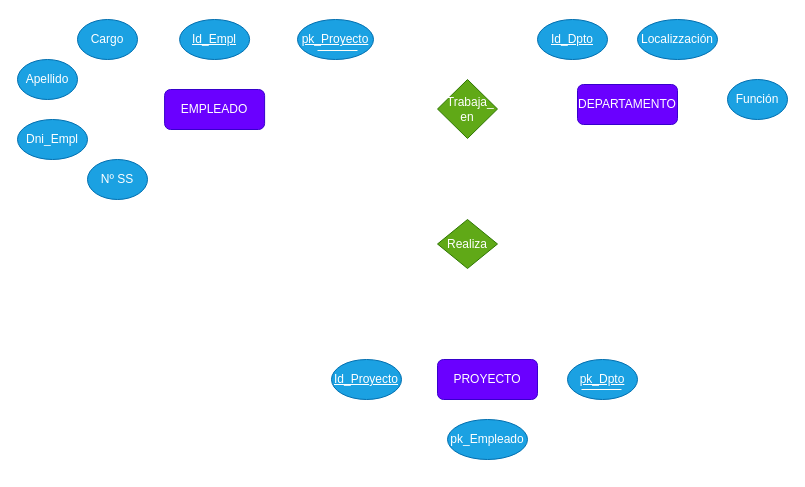
eresto/misrepositorios keeps this draw.io diagram as EmpleadoDiagram.drawio. Above is the earlier version. Source tidied: cells renumbered, new cells numbered last; positions are measured from the earlier drawing's top-left corner, leaving out a move shared by most shapes. Both pictures are drawn from the tidied source at 100%, with x=0, y=0 at pixel (17, 19).
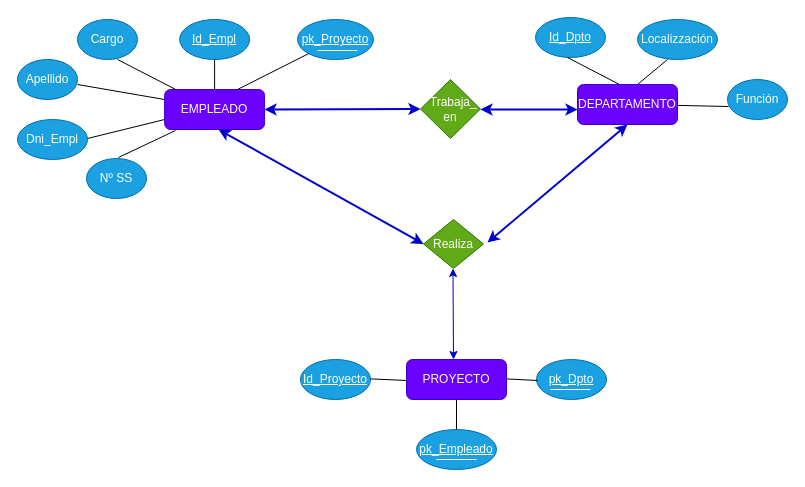
The same diagram, later.

The change refers to these unchanged cells:
```xml
<mxCell id="2" value="EMPLEADO" style="rounded=1;whiteSpace=wrap;html=1;fillColor=#6a00ff;strokeColor=#3700CC;fontColor=#ffffff;" parent="1" vertex="1">
  <mxGeometry x="147.1" y="70" width="100" height="40" as="geometry" />
</mxCell>
<mxCell id="3" value="DEPARTAMENTO" style="rounded=1;whiteSpace=wrap;html=1;fillColor=#6a00ff;strokeColor=#3700CC;fontColor=#ffffff;" parent="1" vertex="1">
  <mxGeometry x="560" y="65" width="100" height="40" as="geometry" />
</mxCell>
<mxCell id="8" value="&lt;u&gt;Id_Empl&lt;/u&gt;" style="ellipse;whiteSpace=wrap;html=1;fillColor=#1ba1e2;strokeColor=#006EAF;fontColor=#ffffff;" parent="1" vertex="1">
  <mxGeometry x="162.1" width="70" height="40" as="geometry" />
</mxCell>
<mxCell id="11" value="&lt;u&gt;pk_Proyecto&lt;/u&gt;" style="ellipse;whiteSpace=wrap;html=1;fillColor=#1ba1e2;strokeColor=#006EAF;fontColor=#ffffff;" parent="1" vertex="1">
  <mxGeometry x="280" width="76" height="40" as="geometry" />
</mxCell>
<mxCell id="17" value="Función" style="ellipse;whiteSpace=wrap;html=1;fillColor=#1ba1e2;strokeColor=#006EAF;fontColor=#ffffff;" parent="1" vertex="1">
  <mxGeometry x="710" y="60" width="60" height="40" as="geometry" />
</mxCell>
```

The edit, as a diff of the source:
```diff
@@
     <mxCell id="4" value="PROYECTO" style="rounded=1;whiteSpace=wrap;html=1;fillColor=#6a00ff;strokeColor=#3700CC;fontColor=#ffffff;" parent="1" vertex="1">
-      <mxGeometry x="420" y="340" width="100" height="40" as="geometry" />
+      <mxGeometry x="389" y="340" width="100" height="40" as="geometry" />
     </mxCell>
     <mxCell id="5" value="&lt;u&gt;Id_Proyecto&lt;/u&gt;" style="ellipse;whiteSpace=wrap;html=1;fillColor=#1ba1e2;strokeColor=#006EAF;fontColor=#ffffff;" parent="1" vertex="1">
-      <mxGeometry x="314" y="340" width="70" height="40" as="geometry" />
+      <mxGeometry x="283" y="340" width="70" height="40" as="geometry" />
     </mxCell>
-    <mxCell id="6" value="pk_Empleado" style="ellipse;whiteSpace=wrap;html=1;fillColor=#1ba1e2;strokeColor=#006EAF;fontColor=#ffffff;" parent="1" vertex="1">
-      <mxGeometry x="430" y="400" width="80" height="40" as="geometry" />
+    <mxCell id="6" value="&lt;u&gt;pk_Empleado&lt;/u&gt;" style="ellipse;whiteSpace=wrap;html=1;fillColor=#1ba1e2;strokeColor=#006EAF;fontColor=#ffffff;" parent="1" vertex="1">
+      <mxGeometry x="399" y="410" width="80" height="40" as="geometry" />
     </mxCell>
     <mxCell id="7" value="&lt;u&gt;pk_Dpto&lt;/u&gt;" style="ellipse;whiteSpace=wrap;html=1;fillColor=#1ba1e2;strokeColor=#006EAF;fontColor=#ffffff;" parent="1" vertex="1">
-      <mxGeometry x="550" y="340" width="70" height="40" as="geometry" />
+      <mxGeometry x="519" y="340" width="70" height="40" as="geometry" />
     </mxCell>
@@
     <mxCell id="10" value="Nº SS" style="ellipse;whiteSpace=wrap;html=1;fillColor=#1ba1e2;strokeColor=#006EAF;fontColor=#ffffff;" parent="1" vertex="1">
-      <mxGeometry x="70" y="140" width="60" height="40" as="geometry" />
+      <mxGeometry x="69" y="139" width="60" height="40" as="geometry" />
     </mxCell>
@@
     <mxCell id="15" value="&lt;u&gt;Id_Dpto&lt;/u&gt;" style="ellipse;whiteSpace=wrap;html=1;fillColor=#1ba1e2;strokeColor=#006EAF;fontColor=#ffffff;" parent="1" vertex="1">
-      <mxGeometry x="520" width="70" height="40" as="geometry" />
+      <mxGeometry x="518" y="-2" width="70" height="40" as="geometry" />
     </mxCell>
@@
     <mxCell id="18" style="endArrow=none;html=1;strokeColor=#FFFEF7;" parent="1" edge="1">
       <mxGeometry relative="1" as="geometry">
-        <mxPoint x="564" y="370" as="sourcePoint" />
-        <mxPoint x="604" y="370" as="targetPoint" />
+        <mxPoint x="533" y="370" as="sourcePoint" />
+        <mxPoint x="573" y="370" as="targetPoint" />
       </mxGeometry>
     </mxCell>
     <mxCell id="19" value="&amp;nbsp; Trabaja_&lt;br&gt;en" style="rhombus;whiteSpace=wrap;html=1;fillColor=#60a917;strokeColor=#2D7600;fontColor=#ffffff;" parent="1" vertex="1">
-      <mxGeometry x="420" y="60" width="60" height="59" as="geometry" />
+      <mxGeometry x="403" y="60" width="60" height="59" as="geometry" />
     </mxCell>
     <mxCell id="20" value="Realiza" style="rhombus;whiteSpace=wrap;html=1;fillColor=#60a917;strokeColor=#2D7600;fontColor=#ffffff;" parent="1" vertex="1">
-      <mxGeometry x="420" y="200" width="60" height="49" as="geometry" />
+      <mxGeometry x="406" y="200" width="60" height="49" as="geometry" />
     </mxCell>
+    <mxCell id="21" style="endArrow=classic;startArrow=classic;html=1;strokeColor=#0000CC;entryX=0.5;entryY=1;entryDx=0;entryDy=0;strokeWidth=2;" parent="1" edge="1" target="3">
+      <mxGeometry relative="1" as="geometry">
+        <mxPoint x="470" y="223" as="sourcePoint" />
+      </mxGeometry>
+    </mxCell>
+    <mxCell id="22" style="endArrow=classic;startArrow=classic;html=1;strokeColor=#0000CC;" parent="1" edge="1">
+      <mxGeometry relative="1" as="geometry">
+        <mxPoint x="436" y="340" as="sourcePoint" />
+        <mxPoint x="435.5" y="249" as="targetPoint" />
+      </mxGeometry>
+    </mxCell>
+    <mxCell id="23" style="endArrow=classic;startArrow=classic;html=1;strokeColor=#0000CC;entryX=0.5;entryY=1;entryDx=0;entryDy=0;exitX=0;exitY=0.5;exitDx=0;exitDy=0;strokeWidth=2;" parent="1" edge="1" source="20">
+      <mxGeometry relative="1" as="geometry">
+        <mxPoint x="201" y="110" as="targetPoint" />
+      </mxGeometry>
+    </mxCell>
+    <mxCell id="24" style="endArrow=classic;startArrow=classic;html=1;strokeColor=#0000CC;entryX=0.5;entryY=1;entryDx=0;entryDy=0;exitX=0;exitY=0.5;exitDx=0;exitDy=0;strokeWidth=2;" parent="1" edge="1" source="19">
+      <mxGeometry relative="1" as="geometry">
+        <mxPoint x="247.1" y="90" as="targetPoint" />
+      </mxGeometry>
+    </mxCell>
+    <mxCell id="25" style="endArrow=classic;startArrow=classic;html=1;strokeColor=#0000CC;strokeWidth=2;" parent="1" edge="1">
+      <mxGeometry relative="1" as="geometry">
+        <mxPoint x="560" y="90" as="sourcePoint" />
+        <mxPoint x="463" y="90" as="targetPoint" />
+      </mxGeometry>
+    </mxCell>
+    <mxCell id="26" style="endArrow=none;html=1;" parent="1" edge="1">
+      <mxGeometry relative="1" as="geometry">
+        <mxPoint x="620" y="65" as="sourcePoint" />
+        <mxPoint x="650" y="40" as="targetPoint" />
+      </mxGeometry>
+    </mxCell>
+    <mxCell id="27" style="endArrow=none;html=1;strokeColor=#000000;strokeWidth=1;entryX=0;entryY=1;entryDx=0;entryDy=0;" parent="1" edge="1" target="11">
+      <mxGeometry relative="1" as="geometry">
+        <mxPoint x="220" y="70" as="sourcePoint" />
+      </mxGeometry>
+    </mxCell>
+    <mxCell id="28" style="endArrow=none;html=1;strokeColor=#000000;strokeWidth=1;entryX=0.017;entryY=0.675;entryDx=0;entryDy=0;entryPerimeter=0;" parent="1" edge="1" target="17">
+      <mxGeometry relative="1" as="geometry">
+        <mxPoint x="660" y="85.9" as="sourcePoint" />
+      </mxGeometry>
+    </mxCell>
+    <mxCell id="29" style="endArrow=none;html=1;strokeColor=#000000;strokeWidth=1;" parent="1" edge="1" source="2">
+      <mxGeometry relative="1" as="geometry">
+        <mxPoint x="100" y="40" as="targetPoint" />
+      </mxGeometry>
+    </mxCell>
+    <mxCell id="30" style="endArrow=none;html=1;strokeColor=#000000;strokeWidth=1;exitX=0;exitY=0.25;exitDx=0;exitDy=0;" parent="1" edge="1" source="2">
+      <mxGeometry relative="1" as="geometry">
+        <mxPoint x="60" y="65" as="targetPoint" />
+      </mxGeometry>
+    </mxCell>
+    <mxCell id="31" style="endArrow=none;html=1;strokeColor=#000000;strokeWidth=1;exitX=0.42;exitY=0.05;exitDx=0;exitDy=0;exitPerimeter=0;" parent="1" edge="1">
+      <mxGeometry relative="1" as="geometry">
+        <mxPoint x="602" y="65" as="sourcePoint" />
+        <mxPoint x="550" y="38" as="targetPoint" />
+      </mxGeometry>
+    </mxCell>
+    <mxCell id="32" style="endArrow=none;html=1;strokeColor=#000000;strokeWidth=1;" parent="1" edge="1">
+      <mxGeometry relative="1" as="geometry">
+        <mxPoint x="489" y="359.4" as="sourcePoint" />
+        <mxPoint x="520" y="361" as="targetPoint" />
+      </mxGeometry>
+    </mxCell>
+    <mxCell id="33" style="endArrow=none;html=1;strokeColor=#000000;strokeWidth=1;" parent="1" edge="1">
+      <mxGeometry relative="1" as="geometry">
+        <mxPoint x="353" y="359.4" as="sourcePoint" />
+        <mxPoint x="390" y="361" as="targetPoint" />
+      </mxGeometry>
+    </mxCell>
+    <mxCell id="34" style="endArrow=none;html=1;strokeColor=#000000;strokeWidth=1;" parent="1" edge="1" source="6">
+      <mxGeometry relative="1" as="geometry">
+        <mxPoint x="439" y="380" as="targetPoint" />
+      </mxGeometry>
+    </mxCell>
+    <mxCell id="35" style="endArrow=none;html=1;strokeColor=#000000;strokeWidth=1;exitX=0;exitY=0.75;exitDx=0;exitDy=0;" parent="1" edge="1" source="2">
+      <mxGeometry relative="1" as="geometry">
+        <mxPoint x="70" y="119" as="targetPoint" />
+      </mxGeometry>
+    </mxCell>
+    <mxCell id="36" style="endArrow=none;html=1;strokeColor=#000000;strokeWidth=1;exitX=0.099;exitY=1.075;exitDx=0;exitDy=0;exitPerimeter=0;" parent="1" edge="1">
+      <mxGeometry relative="1" as="geometry">
+        <mxPoint x="158" y="111" as="sourcePoint" />
+        <mxPoint x="101" y="138" as="targetPoint" />
+      </mxGeometry>
+    </mxCell>
+    <mxCell id="37" style="endArrow=none;html=1;strokeColor=#000000;strokeWidth=1;entryX=0.5;entryY=1;entryDx=0;entryDy=0;" parent="1" edge="1" target="8">
+      <mxGeometry relative="1" as="geometry">
+        <mxPoint x="197.1" y="70" as="sourcePoint" />
+      </mxGeometry>
+    </mxCell>
+    <mxCell id="38" style="endArrow=none;html=1;strokeColor=#FFFEF7;" parent="1" edge="1">
+      <mxGeometry relative="1" as="geometry">
+        <mxPoint x="419" y="440" as="sourcePoint" />
+        <mxPoint x="459" y="440" as="targetPoint" />
+      </mxGeometry>
+    </mxCell>
```
